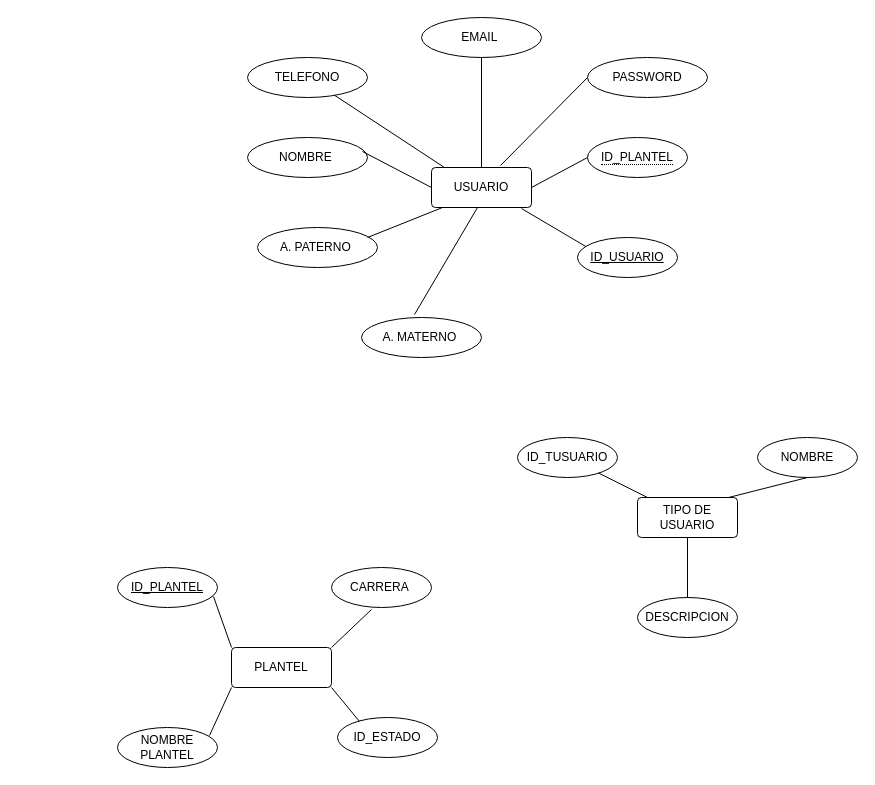
The draw.io diagram Diagrama sin título.drawio in EricLujano/REPOSITORIO-BD-EGL, before the edit. Source tidied: cells renumbered, new cells numbered last; positions are measured from the earlier drawing's top-left corner, leaving out a move shared by most shapes. Both pictures are drawn from the tidied source at 100%, with x=0, y=0 at pixel (117, 17).
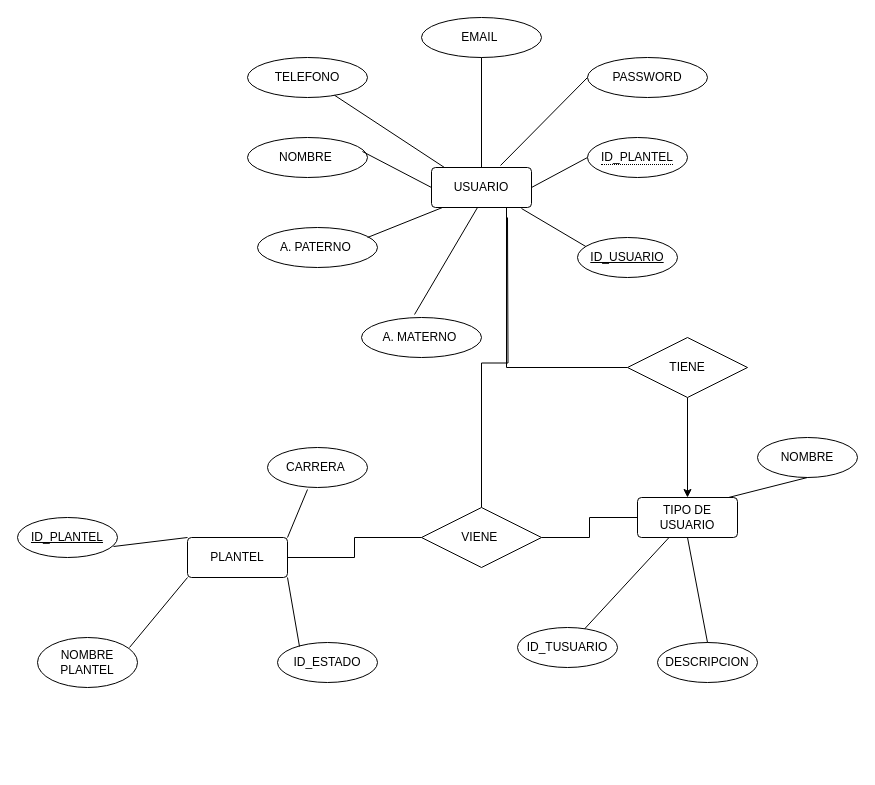
Above is the later version.

Commit message:
RELACION_EGL

The change refers to these unchanged cells:
```xml
<mxCell id="18" value="USUARIO" style="rounded=1;arcSize=10;whiteSpace=wrap;html=1;align=center;" parent="1" vertex="1">
  <mxGeometry x="314" y="150" width="100" height="40" as="geometry" />
</mxCell>
<mxCell id="28" value="TIPO DE USUARIO" style="rounded=1;arcSize=10;whiteSpace=wrap;html=1;align=center;" parent="1" vertex="1">
  <mxGeometry x="520" y="480" width="100" height="40" as="geometry" />
</mxCell>
```

Change to the diagram source:
```diff
@@
     <mxCell id="19" value="PLANTEL" style="rounded=1;arcSize=10;whiteSpace=wrap;html=1;align=center;" parent="1" vertex="1">
-      <mxGeometry x="114" y="630" width="100" height="40" as="geometry" />
+      <mxGeometry x="70" y="520" width="100" height="40" as="geometry" />
     </mxCell>
     <mxCell id="20" value="ID_PLANTEL" style="ellipse;whiteSpace=wrap;html=1;align=center;fontStyle=4;" parent="1" vertex="1">
-      <mxGeometry y="550" width="100" height="40" as="geometry" />
+      <mxGeometry x="-100" y="500" width="100" height="40" as="geometry" />
     </mxCell>
     <mxCell id="21" value="NOMBRE PLANTEL" style="ellipse;whiteSpace=wrap;html=1;align=center;" parent="1" vertex="1">
-      <mxGeometry y="710" width="100" height="40" as="geometry" />
+      <mxGeometry x="-80" y="620" width="100" height="50" as="geometry" />
     </mxCell>
     <mxCell id="22" value="CARRERA&amp;nbsp;" style="ellipse;whiteSpace=wrap;html=1;align=center;" parent="1" vertex="1">
-      <mxGeometry x="214" y="550" width="100" height="40" as="geometry" />
+      <mxGeometry x="150" y="430" width="100" height="40" as="geometry" />
     </mxCell>
     <mxCell id="23" value="ID_ESTADO" style="ellipse;whiteSpace=wrap;html=1;align=center;" parent="1" vertex="1">
-      <mxGeometry x="220" y="700" width="100" height="40" as="geometry" />
+      <mxGeometry x="160" y="625" width="100" height="40" as="geometry" />
     </mxCell>
@@
     <mxCell id="29" value="ID_TUSUARIO" style="ellipse;whiteSpace=wrap;html=1;align=center;" parent="1" vertex="1">
-      <mxGeometry x="400" y="420" width="100" height="40" as="geometry" />
+      <mxGeometry x="400" y="610" width="100" height="40" as="geometry" />
     </mxCell>
@@
     <mxCell id="31" value="DESCRIPCION" style="ellipse;whiteSpace=wrap;html=1;align=center;" parent="1" vertex="1">
-      <mxGeometry x="520" y="580" width="100" height="40" as="geometry" />
+      <mxGeometry x="540" y="625" width="100" height="40" as="geometry" />
     </mxCell>
@@
+    <mxCell id="35" style="edgeStyle=orthogonalEdgeStyle;rounded=0;jettySize=auto;html=1;entryX=0.75;entryY=1;entryDx=0;entryDy=0;endArrow=none;endFill=0;" parent="1" edge="1" source="37" target="18">
+      <mxGeometry relative="1" as="geometry" />
+    </mxCell>
+    <mxCell id="36" style="edgeStyle=orthogonalEdgeStyle;rounded=0;jettySize=auto;html=1;" parent="1" edge="1" source="37" target="28">
+      <mxGeometry relative="1" as="geometry" />
+    </mxCell>
+    <mxCell id="37" value="TIENE" style="shape=rhombus;perimeter=rhombusPerimeter;whiteSpace=wrap;html=1;align=center;" parent="1" vertex="1">
+      <mxGeometry x="510" y="320" width="120" height="60" as="geometry" />
+    </mxCell>
+    <mxCell id="38" style="edgeStyle=orthogonalEdgeStyle;rounded=0;jettySize=auto;html=1;endArrow=none;endFill=0;" parent="1" edge="1" source="41">
+      <mxGeometry relative="1" as="geometry">
+        <mxPoint x="390" y="200" as="targetPoint" />
+      </mxGeometry>
+    </mxCell>
+    <mxCell id="39" style="edgeStyle=orthogonalEdgeStyle;rounded=0;jettySize=auto;html=1;endArrow=none;endFill=0;" parent="1" edge="1" source="41" target="28">
+      <mxGeometry relative="1" as="geometry" />
+    </mxCell>
+    <mxCell id="40" style="edgeStyle=orthogonalEdgeStyle;rounded=0;jettySize=auto;html=1;endArrow=none;endFill=0;" parent="1" edge="1" source="41" target="19">
+      <mxGeometry relative="1" as="geometry" />
+    </mxCell>
+    <mxCell id="41" value="VIENE&amp;nbsp;" style="shape=rhombus;perimeter=rhombusPerimeter;whiteSpace=wrap;html=1;align=center;" parent="1" vertex="1">
+      <mxGeometry x="304" y="490" width="120" height="60" as="geometry" />
+    </mxCell>
```
